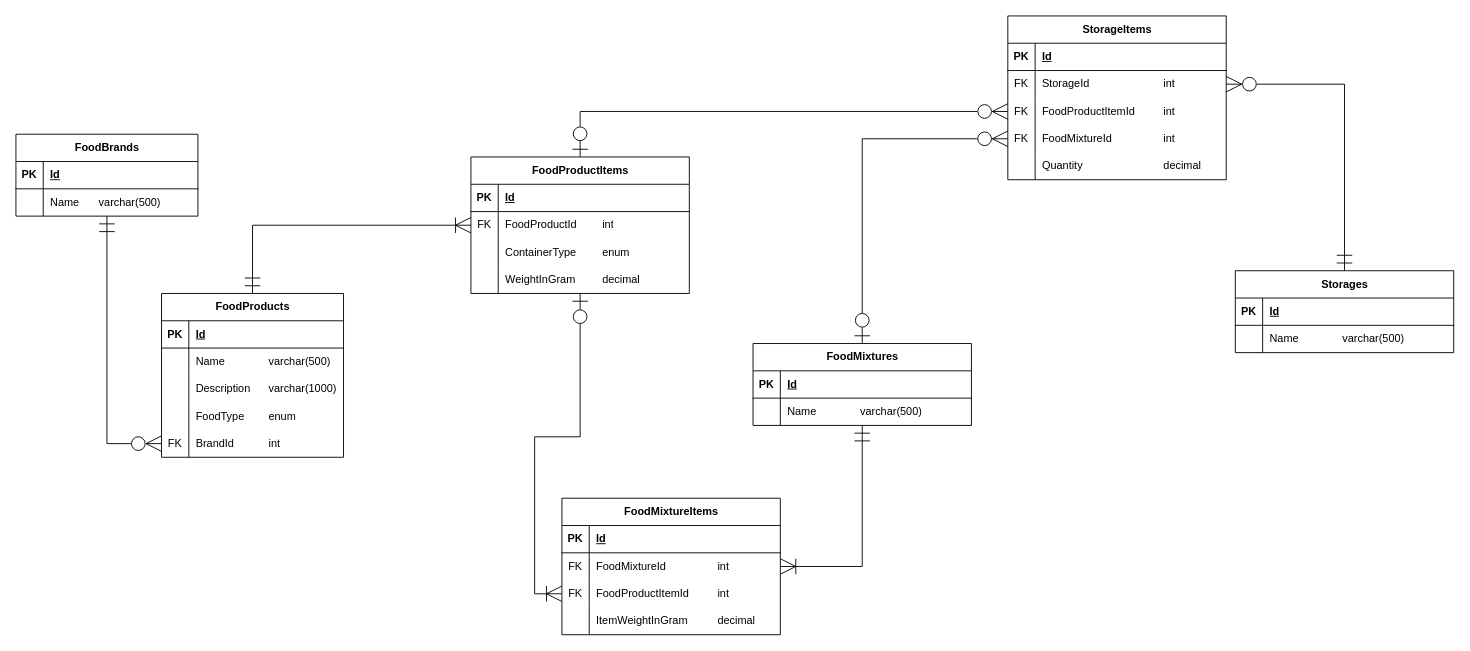
Above: .Documentation/Projekt Smaczek DB.drawio in Lord-Greg/projekt-smaczek (draw.io), before the change. Source tidied: cells renumbered, new cells numbered last; positions are measured from the earlier drawing's top-left corner, leaving out a move shared by most shapes. Both pictures are drawn from the tidied source at 91%, with x=0, y=0 at pixel (15, 15).
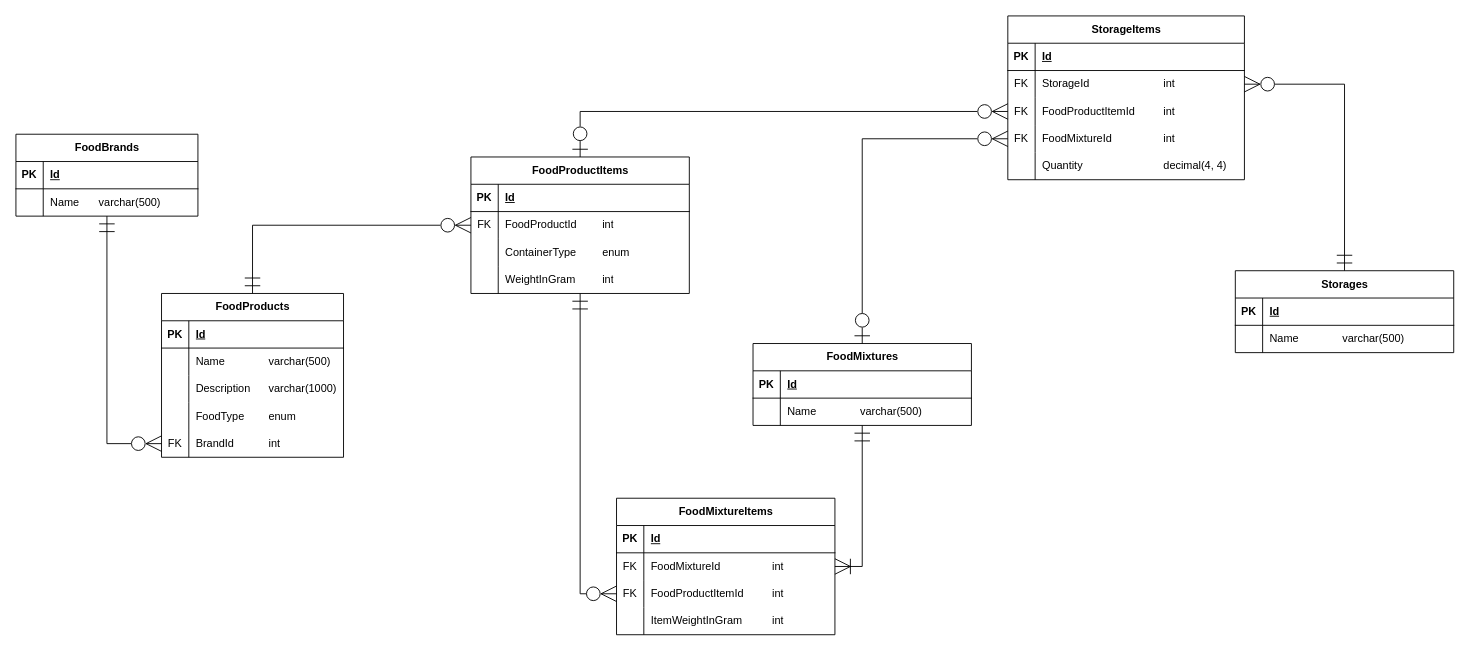
After the change.

Commit message (it also covers changes not shown here):
Small changes in models (decimal precision).

The change refers to these unchanged cells:
```xml
<mxCell id="3" value="FoodProducts" style="shape=table;startSize=30;childLayout=tableLayout;rowLines=0;fontStyle=1;align=center;html=1;" parent="1" vertex="1">
  <mxGeometry x="160" y="305" width="200" height="180" as="geometry" />
</mxCell>
<mxCell id="27" value="FoodProductItems" style="shape=table;startSize=30;childLayout=tableLayout;rowLines=0;fontStyle=1;align=center;html=1;" parent="1" vertex="1">
  <mxGeometry x="500" y="155" width="240" height="150" as="geometry" />
</mxCell>
<mxCell id="31" style="shape=tableRow;horizontal=0;startSize=0;swimlaneHead=0;swimlaneBody=0;fillColor=none;points=[[0,0.5],[1,0.5]];portConstraint=eastwest;top=0;left=0;right=0;bottom=0;" parent="27" vertex="1">
  <mxGeometry y="60" width="240" height="30" as="geometry" />
</mxCell>
<mxCell id="37" style="shape=tableRow;horizontal=0;startSize=0;swimlaneHead=0;swimlaneBody=0;fillColor=none;top=0;left=0;right=0;bottom=0;html=1;" parent="27" vertex="1">
  <mxGeometry y="120" width="240" height="30" as="geometry" />
</mxCell>
<mxCell id="54" style="shape=tableRow;horizontal=0;startSize=0;swimlaneHead=0;swimlaneBody=0;fillColor=none;points=[[0,0.5],[1,0.5]];portConstraint=eastwest;top=0;left=0;right=0;bottom=0;" parent="47" vertex="1">
  <mxGeometry y="90" width="240" height="30" as="geometry" />
</mxCell>
<mxCell id="57" style="shape=tableRow;horizontal=0;startSize=0;swimlaneHead=0;swimlaneBody=0;fillColor=none;top=0;left=0;right=0;bottom=0;html=1;" parent="47" vertex="1">
  <mxGeometry y="120" width="240" height="30" as="geometry" />
</mxCell>
```

What changed in the source:
```diff
@@
-    <mxCell id="2" style="edgeStyle=orthogonalEdgeStyle;rounded=0;jettySize=auto;html=1;startSize=15;endArrow=ERoneToMany;endFill=0;startArrow=ERmandOne;startFill=0;endSize=15;" parent="1" edge="1" source="3" target="31">
+    <mxCell id="2" style="edgeStyle=orthogonalEdgeStyle;rounded=0;jettySize=auto;html=1;startSize=15;endArrow=ERzeroToMany;endFill=0;startArrow=ERmandOne;startFill=0;endSize=15;" parent="1" edge="1" source="3" target="31">
       <mxGeometry relative="1" as="geometry" />
     </mxCell>
@@
-    <mxCell id="39" value="WeightInGram&lt;span style=&quot;white-space: pre;&quot;&gt;&#9;&lt;span style=&quot;white-space: pre;&quot;&gt;&#9;&lt;/span&gt;&lt;/span&gt;decimal" style="shape=partialRectangle;fillColor=none;top=0;left=0;bottom=0;right=0;align=left;spacingLeft=6;overflow=hidden;html=1;" parent="37" vertex="1">
+    <mxCell id="39" value="WeightInGram&lt;span style=&quot;white-space: pre;&quot;&gt;&#9;&lt;span style=&quot;white-space: pre;&quot;&gt;&#9;&lt;/span&gt;&lt;/span&gt;int" style="shape=partialRectangle;fillColor=none;top=0;left=0;bottom=0;right=0;align=left;spacingLeft=6;overflow=hidden;html=1;" parent="37" vertex="1">
       <mxGeometry x="30" width="210" height="30" as="geometry" />
     </mxCell>
@@
     <mxCell id="47" value="FoodMixtureItems" style="shape=table;startSize=30;childLayout=tableLayout;rowLines=0;fontStyle=1;align=center;html=1;" parent="1" vertex="1">
-      <mxGeometry x="600" y="530" width="240" height="150" as="geometry" />
+      <mxGeometry x="660" y="530" width="240" height="150" as="geometry" />
     </mxCell>
@@
-    <mxCell id="59" value="ItemWeightInGram&lt;span style=&quot;white-space: pre;&quot;&gt;&#9;&lt;/span&gt;&lt;span style=&quot;white-space: pre;&quot;&gt;&lt;span style=&quot;white-space: pre;&quot;&gt;&#9;&lt;/span&gt;&lt;/span&gt;decimal" style="shape=partialRectangle;fillColor=none;top=0;left=0;bottom=0;right=0;align=left;spacingLeft=6;overflow=hidden;html=1;" parent="57" vertex="1">
+    <mxCell id="59" value="ItemWeightInGram&lt;span style=&quot;white-space: pre;&quot;&gt;&#9;&lt;/span&gt;&lt;span style=&quot;white-space: pre;&quot;&gt;&lt;span style=&quot;white-space: pre;&quot;&gt;&#9;&lt;/span&gt;&lt;/span&gt;int" style="shape=partialRectangle;fillColor=none;top=0;left=0;bottom=0;right=0;align=left;spacingLeft=6;overflow=hidden;html=1;" parent="57" vertex="1">
       <mxGeometry x="30" width="210" height="30" as="geometry" />
     </mxCell>
@@
-    <mxCell id="61" style="edgeStyle=orthogonalEdgeStyle;rounded=0;jettySize=auto;html=1;startSize=15;endArrow=ERoneToMany;endFill=0;startArrow=ERzeroToOne;startFill=0;endSize=15;" parent="1" edge="1" source="27" target="54">
+    <mxCell id="61" style="edgeStyle=orthogonalEdgeStyle;rounded=0;jettySize=auto;html=1;startSize=15;endArrow=ERzeroToMany;endFill=0;startArrow=ERmandOne;startFill=0;endSize=15;" parent="1" edge="1" source="27" target="54">
       <mxGeometry relative="1" as="geometry" />
     </mxCell>
     <mxCell id="62" value="StorageItems" style="shape=table;startSize=30;childLayout=tableLayout;rowLines=0;fontStyle=1;align=center;html=1;" parent="1" vertex="1">
-      <mxGeometry x="1090" width="240" height="180" as="geometry" />
+      <mxGeometry x="1090" width="260" height="180" as="geometry" />
     </mxCell>
     <mxCell id="63" style="shape=tableRow;horizontal=0;startSize=0;swimlaneHead=0;swimlaneBody=0;fillColor=none;top=0;left=0;right=0;bottom=1;" parent="62" vertex="1">
-      <mxGeometry y="30" width="240" height="30" as="geometry" />
+      <mxGeometry y="30" width="260" height="30" as="geometry" />
     </mxCell>
@@
     <mxCell id="65" value="Id" style="shape=partialRectangle;fillColor=none;top=0;left=0;bottom=0;right=0;align=left;spacingLeft=6;fontStyle=5;overflow=hidden;whiteSpace=wrap;html=1;" parent="63" vertex="1">
-      <mxGeometry x="30" width="210" height="30" as="geometry" />
+      <mxGeometry x="30" width="230" height="30" as="geometry" />
     </mxCell>
     <mxCell id="66" style="shape=tableRow;horizontal=0;startSize=0;swimlaneHead=0;swimlaneBody=0;fillColor=none;points=[[0,0.5],[1,0.5]];portConstraint=eastwest;top=0;left=0;right=0;bottom=0;html=1;" parent="62" vertex="1">
-      <mxGeometry y="60" width="240" height="30" as="geometry" />
+      <mxGeometry y="60" width="260" height="30" as="geometry" />
     </mxCell>
@@
     <mxCell id="68" value="StorageId&lt;span style=&quot;white-space: pre;&quot;&gt;&#9;&lt;span style=&quot;white-space: pre;&quot;&gt;&#9;&lt;/span&gt;&lt;/span&gt;&lt;span style=&quot;white-space: pre;&quot;&gt;&#9;&lt;/span&gt;int" style="shape=partialRectangle;fillColor=none;top=0;left=0;bottom=0;right=0;align=left;spacingLeft=6;overflow=hidden;html=1;" parent="66" vertex="1">
-      <mxGeometry x="30" width="210" height="30" as="geometry" />
+      <mxGeometry x="30" width="230" height="30" as="geometry" />
     </mxCell>
     <mxCell id="69" style="shape=tableRow;horizontal=0;startSize=0;swimlaneHead=0;swimlaneBody=0;fillColor=none;points=[[0,0.5],[1,0.5]];portConstraint=eastwest;top=0;left=0;right=0;bottom=0;" parent="62" vertex="1">
-      <mxGeometry y="90" width="240" height="30" as="geometry" />
+      <mxGeometry y="90" width="260" height="30" as="geometry" />
     </mxCell>
@@
     <mxCell id="71" value="FoodProductItemId&lt;span style=&quot;white-space: pre;&quot;&gt;&lt;span style=&quot;white-space: pre;&quot;&gt;&#9;&lt;span style=&quot;white-space: pre;&quot;&gt;&#9;&lt;/span&gt;&lt;/span&gt;&lt;/span&gt;int" style="shape=partialRectangle;fillColor=none;top=0;left=0;bottom=0;right=0;align=left;spacingLeft=6;overflow=hidden;whiteSpace=wrap;html=1;" parent="69" vertex="1">
-      <mxGeometry x="30" width="210" height="30" as="geometry" />
+      <mxGeometry x="30" width="230" height="30" as="geometry" />
     </mxCell>
     <mxCell id="72" style="shape=tableRow;horizontal=0;startSize=0;swimlaneHead=0;swimlaneBody=0;fillColor=none;points=[[0,0.5],[1,0.5]];portConstraint=eastwest;top=0;left=0;right=0;bottom=0;html=1;" parent="62" vertex="1">
-      <mxGeometry y="120" width="240" height="30" as="geometry" />
+      <mxGeometry y="120" width="260" height="30" as="geometry" />
     </mxCell>
@@
     <mxCell id="74" value="FoodMixtureId&lt;span style=&quot;white-space: pre;&quot;&gt;&#9;&lt;span style=&quot;white-space: pre;&quot;&gt;&#9;&lt;/span&gt;&lt;/span&gt;&lt;span style=&quot;white-space: pre;&quot;&gt;&#9;&lt;/span&gt;int" style="shape=partialRectangle;fillColor=none;top=0;left=0;bottom=0;right=0;align=left;spacingLeft=6;overflow=hidden;html=1;" parent="72" vertex="1">
-      <mxGeometry x="30" width="210" height="30" as="geometry" />
+      <mxGeometry x="30" width="230" height="30" as="geometry" />
     </mxCell>
     <mxCell id="75" style="shape=tableRow;horizontal=0;startSize=0;swimlaneHead=0;swimlaneBody=0;fillColor=none;top=0;left=0;right=0;bottom=0;html=1;" parent="62" vertex="1">
-      <mxGeometry y="150" width="240" height="30" as="geometry" />
+      <mxGeometry y="150" width="260" height="30" as="geometry" />
     </mxCell>
@@
-    <mxCell id="77" value="Quantity&lt;span style=&quot;white-space: pre;&quot;&gt;&#9;&lt;/span&gt;&lt;span style=&quot;white-space: pre;&quot;&gt;&#9;&lt;span style=&quot;white-space: pre;&quot;&gt;&#9;&lt;/span&gt;&lt;/span&gt;&lt;span style=&quot;white-space: pre;&quot;&gt;&#9;&lt;/span&gt;decimal" style="shape=partialRectangle;fillColor=none;top=0;left=0;bottom=0;right=0;align=left;spacingLeft=6;overflow=hidden;html=1;" parent="75" vertex="1">
-      <mxGeometry x="30" width="210" height="30" as="geometry" />
+    <mxCell id="77" value="Quantity&lt;span style=&quot;white-space: pre;&quot;&gt;&#9;&lt;/span&gt;&lt;span style=&quot;white-space: pre;&quot;&gt;&#9;&lt;span style=&quot;white-space: pre;&quot;&gt;&#9;&lt;/span&gt;&lt;/span&gt;&lt;span style=&quot;white-space: pre;&quot;&gt;&#9;&lt;/span&gt;decimal(4, 4)" style="shape=partialRectangle;fillColor=none;top=0;left=0;bottom=0;right=0;align=left;spacingLeft=6;overflow=hidden;html=1;" parent="75" vertex="1">
+      <mxGeometry x="30" width="230" height="30" as="geometry" />
     </mxCell>
```
